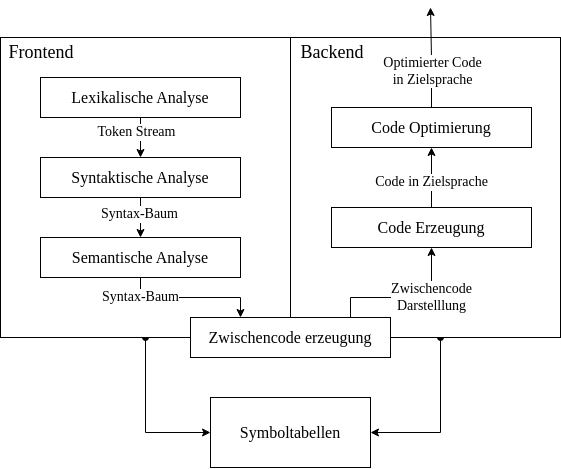
Above: assets/img/transpiler-diagramm.png in lhahner/aspekte-formale-uebersetzung-programmiersprachen (draw.io), before the change. Source tidied: cells renumbered, new cells last; positions are measured from the earlier drawing's top-left corner, leaving out a move shared by most shapes.
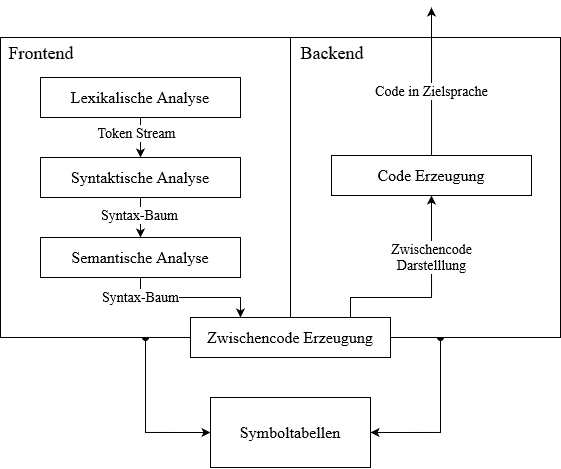
The same diagram one commit later.

Diff of the diagram source:
```diff
@@ -52,9 +52,8 @@
     <mxCell id="14" value="&lt;font style=&quot;font-size: 16px;&quot;&gt;Syntaktische Analyse&lt;/font&gt;" style="rounded=0;whiteSpace=wrap;html=1;fontFamily=Semi Serif;" parent="1" vertex="1">
       <mxGeometry x="40" y="150" width="200" height="40" as="geometry" />
     </mxCell>
-    <mxCell id="15" style="edgeStyle=orthogonalEdgeStyle;rounded=0;jettySize=auto;html=1;exitX=0.81;exitY=0.025;exitDx=0;exitDy=0;entryX=0.5;entryY=1;entryDx=0;entryDy=0;exitPerimeter=0;fontFamily=Semi Serif;" parent="1" edge="1" source="17">
+    <mxCell id="15" style="edgeStyle=orthogonalEdgeStyle;rounded=0;jettySize=auto;html=1;exitX=0.81;exitY=0.025;exitDx=0;exitDy=0;entryX=0.5;entryY=1;entryDx=0;entryDy=0;exitPerimeter=0;fontFamily=Semi Serif;" parent="1" edge="1" source="17" target="23">
       <mxGeometry relative="1" as="geometry">
-        <mxPoint x="431" y="240" as="targetPoint" />
         <Array as="points">
           <mxPoint x="352" y="310" />
           <mxPoint x="350" y="310" />
@@ -68,7 +67,7 @@
         <mxPoint x="-2" y="13" as="offset" />
       </mxGeometry>
     </mxCell>
-    <mxCell id="17" value="&lt;font style=&quot;font-size: 16px;&quot;&gt;Zwischencode erzeugung&lt;/font&gt;" style="rounded=0;whiteSpace=wrap;html=1;fontFamily=Semi Serif;" parent="1" vertex="1">
+    <mxCell id="17" value="&lt;font style=&quot;font-size: 16px;&quot;&gt;Zwischencode Erzeugung&lt;/font&gt;" style="rounded=0;whiteSpace=wrap;html=1;fontFamily=Semi Serif;" parent="1" vertex="1">
       <mxGeometry x="190" y="310" width="200" height="40" as="geometry" />
     </mxCell>
     <mxCell id="18" value="&lt;font style=&quot;font-size: 16px;&quot;&gt;Symboltabellen&lt;/font&gt;" style="rounded=0;whiteSpace=wrap;html=1;fontFamily=Semi Serif;" parent="1" vertex="1">
@@ -80,25 +79,16 @@
     <mxCell id="20" value="&lt;font style=&quot;font-size: 18px;&quot;&gt;Backend&lt;/font&gt;" style="text;html=1;strokeColor=none;fillColor=none;align=center;verticalAlign=middle;whiteSpace=wrap;rounded=0;fontFamily=Semi Serif;" parent="1" vertex="1">
       <mxGeometry x="302" y="30" width="60" height="30" as="geometry" />
     </mxCell>
-    <mxCell id="21" style="edgeStyle=orthogonalEdgeStyle;rounded=0;jettySize=auto;html=1;entryX=0.5;entryY=1;entryDx=0;entryDy=0;fontFamily=Semi Serif;" parent="1" edge="1" source="23" target="26">
-      <mxGeometry relative="1" as="geometry" />
+    <mxCell id="21" style="edgeStyle=orthogonalEdgeStyle;rounded=0;jettySize=auto;html=1;fontFamily=Semi Serif;" parent="1" edge="1" source="23">
+      <mxGeometry relative="1" as="geometry">
+        <mxPoint x="431" as="targetPoint" />
+      </mxGeometry>
     </mxCell>
     <mxCell id="22" value="&lt;font style=&quot;font-size: 14px;&quot;&gt;Code in Zielsprache&lt;/font&gt;" style="edgeLabel;html=1;align=center;verticalAlign=middle;fontFamily=Semi Serif;" parent="21" vertex="1">
       <mxGeometry x="-0.13" relative="1" as="geometry" />
     </mxCell>
     <mxCell id="23" value="&lt;font style=&quot;font-size: 16px;&quot;&gt;Code Erzeugung&lt;/font&gt;" style="rounded=0;whiteSpace=wrap;html=1;fontFamily=Semi Serif;" parent="1" vertex="1">
-      <mxGeometry x="331" y="200" width="200" height="40" as="geometry" />
+      <mxGeometry x="331" y="148" width="200" height="40" as="geometry" />
     </mxCell>
-    <mxCell id="24" style="edgeStyle=orthogonalEdgeStyle;rounded=0;jettySize=auto;html=1;fontFamily=Semi Serif;" parent="1" edge="1" source="26">
-      <mxGeometry relative="1" as="geometry">
-        <mxPoint x="430" as="targetPoint" />
-      </mxGeometry>
-    </mxCell>
-    <mxCell id="25" value="&lt;font style=&quot;font-size: 14px;&quot;&gt;Optimierter Code&lt;br&gt;in Zielsprache&lt;/font&gt;" style="edgeLabel;html=1;align=center;verticalAlign=middle;fontFamily=Semi Serif;" parent="24" vertex="1">
-      <mxGeometry x="-0.26" y="-1" relative="1" as="geometry" />
-    </mxCell>
-    <mxCell id="26" value="&lt;font style=&quot;font-size: 16px;&quot;&gt;Code Optimierung&lt;/font&gt;" style="rounded=0;whiteSpace=wrap;html=1;fontFamily=Semi Serif;" parent="1" vertex="1">
-      <mxGeometry x="331" y="100" width="200" height="40" as="geometry" />
-    </mxCell>
   </root>
 </mxGraphModel>
```
